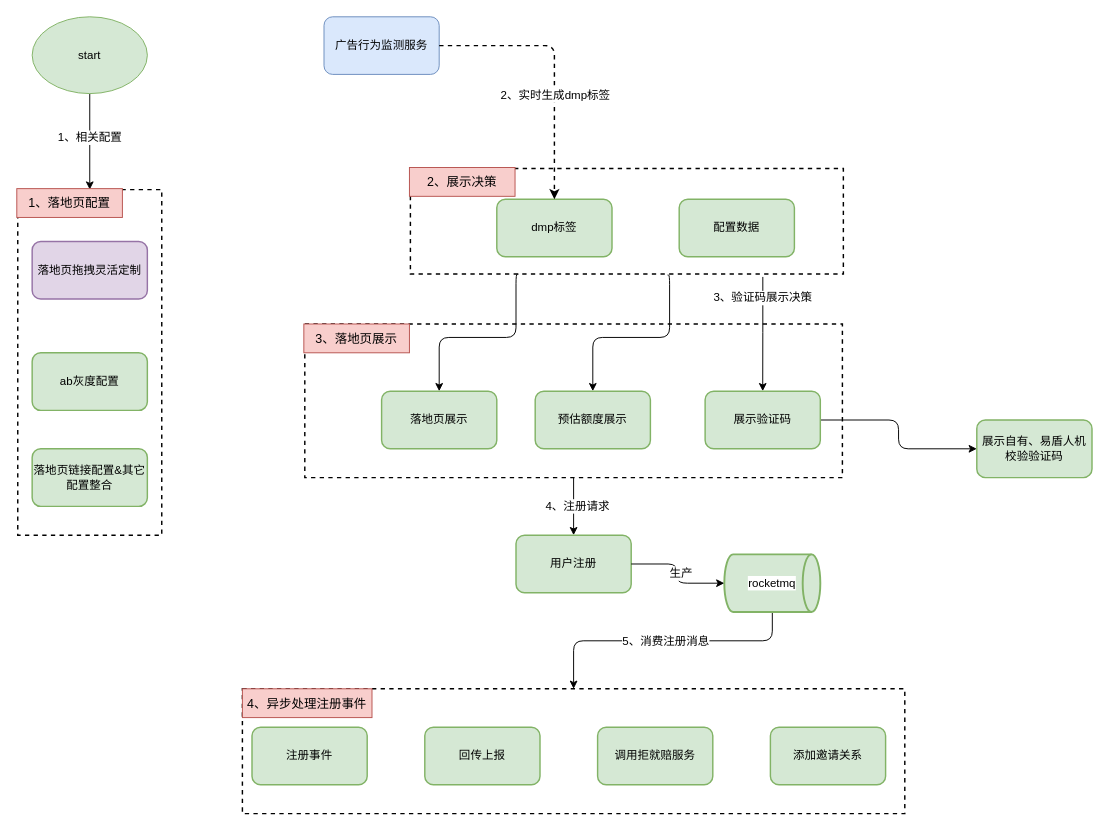
The draw.io diagram 落地页运行架构图.drawio in yuanlj-tea/picgo, before the edit. Source tidied: cells renumbered, new cells numbered last; positions are measured from the earlier drawing's top-left corner, leaving out a move shared by most shapes. Both pictures are drawn from the tidied source at 96%, with x=0, y=0 at pixel (16, 16).
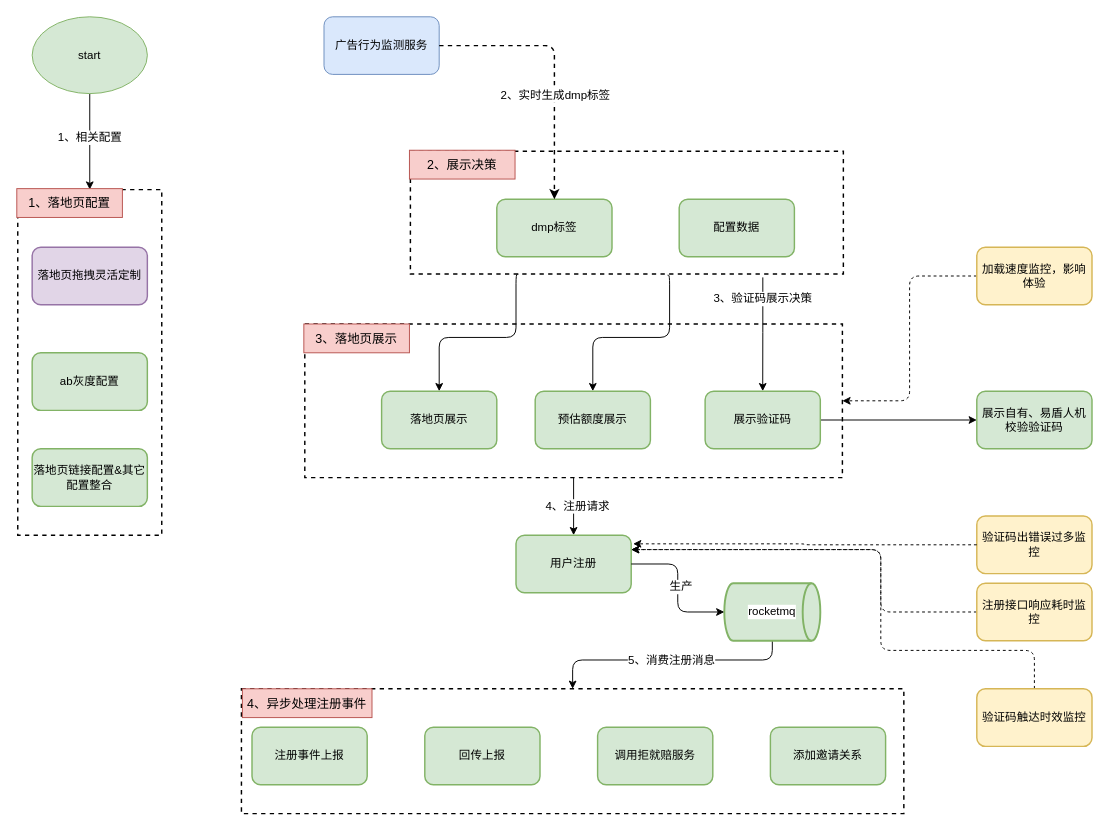
The same page after the edit.

Commit message (it also covers changes not shown here):
更新落地页运行架构图.drawio

The change refers to these unchanged cells:
```xml
<mxCell id="4" style="rounded=0;whiteSpace=wrap;html=1;fillColor=none;strokeWidth=1.5;dashed=1;verticalAlign=top;" parent="1" vertex="1">
  <mxGeometry x="300" y="320" width="560" height="160" as="geometry" />
</mxCell>
<mxCell id="30" value="用户注册" style="rounded=1;whiteSpace=wrap;html=1;strokeWidth=1.5;fillColor=#d5e8d4;strokeColor=#82b366;" parent="1" vertex="1">
  <mxGeometry x="520" y="540" width="120" height="60" as="geometry" />
</mxCell>
```

Change to the diagram source:
```diff
@@
+    <mxCell id="40" style="rounded=0;whiteSpace=wrap;html=1;fillColor=none;strokeWidth=1.5;dashed=1;verticalAlign=top;" parent="1" vertex="1">
+      <mxGeometry x="234" y="700" width="690" height="130" as="geometry" />
+    </mxCell>
@@
     <mxCell id="8" style="rounded=0;whiteSpace=wrap;html=1;fillColor=none;strokeWidth=1.5;dashed=1;verticalAlign=top;" parent="1" vertex="1">
-      <mxGeometry x="410" y="158" width="451" height="110" as="geometry" />
+      <mxGeometry x="410" y="140" width="451" height="128" as="geometry" />
     </mxCell>
@@
     <mxCell id="10" value="落地页拖拽灵活定制" style="rounded=1;whiteSpace=wrap;html=1;strokeWidth=1.5;fillColor=#e1d5e7;strokeColor=#9673a6;" parent="1" vertex="1">
-      <mxGeometry x="16" y="234" width="120" height="60" as="geometry" />
+      <mxGeometry x="16" y="240" width="120" height="60" as="geometry" />
     </mxCell>
@@
     <mxCell id="23" value="展示自有、易盾人机校验验证码" style="rounded=1;whiteSpace=wrap;html=1;strokeWidth=1.5;fillColor=#d5e8d4;strokeColor=#82b366;" parent="1" vertex="1">
-      <mxGeometry x="1000" y="420" width="120" height="60" as="geometry" />
+      <mxGeometry x="1000" y="390" width="120" height="60" as="geometry" />
     </mxCell>
@@
     <mxCell id="28" value="2、展示决策" style="text;html=1;strokeColor=#b85450;fillColor=#f8cecc;align=center;verticalAlign=middle;whiteSpace=wrap;rounded=0;fontSize=13;fontFamily=Helvetica;" parent="1" vertex="1">
-      <mxGeometry x="409" y="157" width="110" height="30" as="geometry" />
+      <mxGeometry x="409" y="139" width="110" height="30" as="geometry" />
     </mxCell>
@@
     <mxCell id="31" style="edgeStyle=orthogonalEdgeStyle;shape=connector;rounded=1;jettySize=auto;html=1;labelBackgroundColor=default;strokeColor=default;align=center;verticalAlign=middle;fontFamily=Helvetica;fontSize=12;fontColor=default;endArrow=classic;entryX=0.5;entryY=0;entryDx=0;entryDy=0;" parent="1" edge="1" source="33" target="40">
       <mxGeometry relative="1" as="geometry">
         <Array as="points">
-          <mxPoint x="787" y="650" />
-          <mxPoint x="580" y="650" />
+          <mxPoint x="787" y="670" />
+          <mxPoint x="579" y="670" />
         </Array>
       </mxGeometry>
     </mxCell>
@@
     <mxCell id="33" value="rocketmq" style="strokeWidth=2;html=1;shape=mxgraph.flowchart.direct_data;whiteSpace=wrap;labelBackgroundColor=default;align=center;verticalAlign=middle;fontFamily=Helvetica;fontSize=12;fillColor=#d5e8d4;strokeColor=#82b366;" parent="1" vertex="1">
-      <mxGeometry x="737" y="560" width="100" height="60" as="geometry" />
+      <mxGeometry x="737" y="590" width="100" height="60" as="geometry" />
     </mxCell>
@@
-    <mxCell id="39" value="注册事件" style="rounded=1;whiteSpace=wrap;html=1;strokeWidth=1.5;fillColor=#d5e8d4;strokeColor=#82b366;" parent="1" vertex="1">
+    <mxCell id="39" value="注册事件上报" style="rounded=1;whiteSpace=wrap;html=1;strokeWidth=1.5;fillColor=#d5e8d4;strokeColor=#82b366;" parent="1" vertex="1">
       <mxGeometry x="245" y="740" width="120" height="60" as="geometry" />
     </mxCell>
-    <mxCell id="40" style="rounded=0;whiteSpace=wrap;html=1;fillColor=none;strokeWidth=1.5;dashed=1;verticalAlign=top;" parent="1" vertex="1">
-      <mxGeometry x="235" y="700" width="690" height="130" as="geometry" />
-    </mxCell>
@@
+    <mxCell id="42" value="验证码出错误过多监控" style="rounded=1;whiteSpace=wrap;html=1;strokeWidth=1.5;fillColor=#fff2cc;strokeColor=#d6b656;" parent="1" vertex="1">
+      <mxGeometry x="1000" y="520" width="120" height="60" as="geometry" />
+    </mxCell>
+    <mxCell id="43" style="edgeStyle=orthogonalEdgeStyle;shape=connector;rounded=1;jettySize=auto;html=1;entryX=1.017;entryY=0.15;entryDx=0;entryDy=0;entryPerimeter=0;labelBackgroundColor=default;strokeColor=default;align=center;verticalAlign=middle;fontFamily=Helvetica;fontSize=12;fontColor=default;endArrow=classic;dashed=1;" parent="1" edge="1" source="42" target="30">
+      <mxGeometry relative="1" as="geometry" />
+    </mxCell>
+    <mxCell id="44" style="edgeStyle=orthogonalEdgeStyle;shape=connector;rounded=1;jettySize=auto;html=1;entryX=1;entryY=0.25;entryDx=0;entryDy=0;labelBackgroundColor=default;strokeColor=default;align=center;verticalAlign=middle;fontFamily=Helvetica;fontSize=12;fontColor=default;endArrow=classic;dashed=1;" parent="1" edge="1" source="45" target="30">
+      <mxGeometry relative="1" as="geometry">
+        <Array as="points">
+          <mxPoint x="900" y="620" />
+          <mxPoint x="900" y="555" />
+        </Array>
+      </mxGeometry>
+    </mxCell>
+    <mxCell id="45" value="注册接口响应耗时监控" style="rounded=1;whiteSpace=wrap;html=1;strokeWidth=1.5;fillColor=#fff2cc;strokeColor=#d6b656;" parent="1" vertex="1">
+      <mxGeometry x="1000" y="590" width="120" height="60" as="geometry" />
+    </mxCell>
+    <mxCell id="46" style="edgeStyle=orthogonalEdgeStyle;shape=connector;rounded=1;jettySize=auto;html=1;entryX=1;entryY=0.5;entryDx=0;entryDy=0;labelBackgroundColor=default;strokeColor=default;align=center;verticalAlign=middle;fontFamily=Helvetica;fontSize=12;fontColor=default;endArrow=classic;dashed=1;" parent="1" edge="1" source="47" target="4">
+      <mxGeometry relative="1" as="geometry" />
+    </mxCell>
+    <mxCell id="47" value="加载速度监控，影响体验" style="rounded=1;whiteSpace=wrap;html=1;strokeWidth=1.5;fillColor=#fff2cc;strokeColor=#d6b656;" parent="1" vertex="1">
+      <mxGeometry x="1000" y="240" width="120" height="60" as="geometry" />
+    </mxCell>
+    <mxCell id="48" style="edgeStyle=orthogonalEdgeStyle;shape=connector;rounded=1;jettySize=auto;html=1;entryX=1;entryY=0.25;entryDx=0;entryDy=0;labelBackgroundColor=default;strokeColor=default;align=center;verticalAlign=middle;fontFamily=Helvetica;fontSize=12;fontColor=default;endArrow=classic;dashed=1;" parent="1" edge="1" source="49" target="30">
+      <mxGeometry relative="1" as="geometry">
+        <Array as="points">
+          <mxPoint x="1060" y="660" />
+          <mxPoint x="900" y="660" />
+          <mxPoint x="900" y="555" />
+        </Array>
+      </mxGeometry>
+    </mxCell>
+    <mxCell id="49" value="验证码触达时效监控" style="rounded=1;whiteSpace=wrap;html=1;strokeWidth=1.5;fillColor=#fff2cc;strokeColor=#d6b656;" parent="1" vertex="1">
+      <mxGeometry x="1000" y="700" width="120" height="60" as="geometry" />
+    </mxCell>
```
